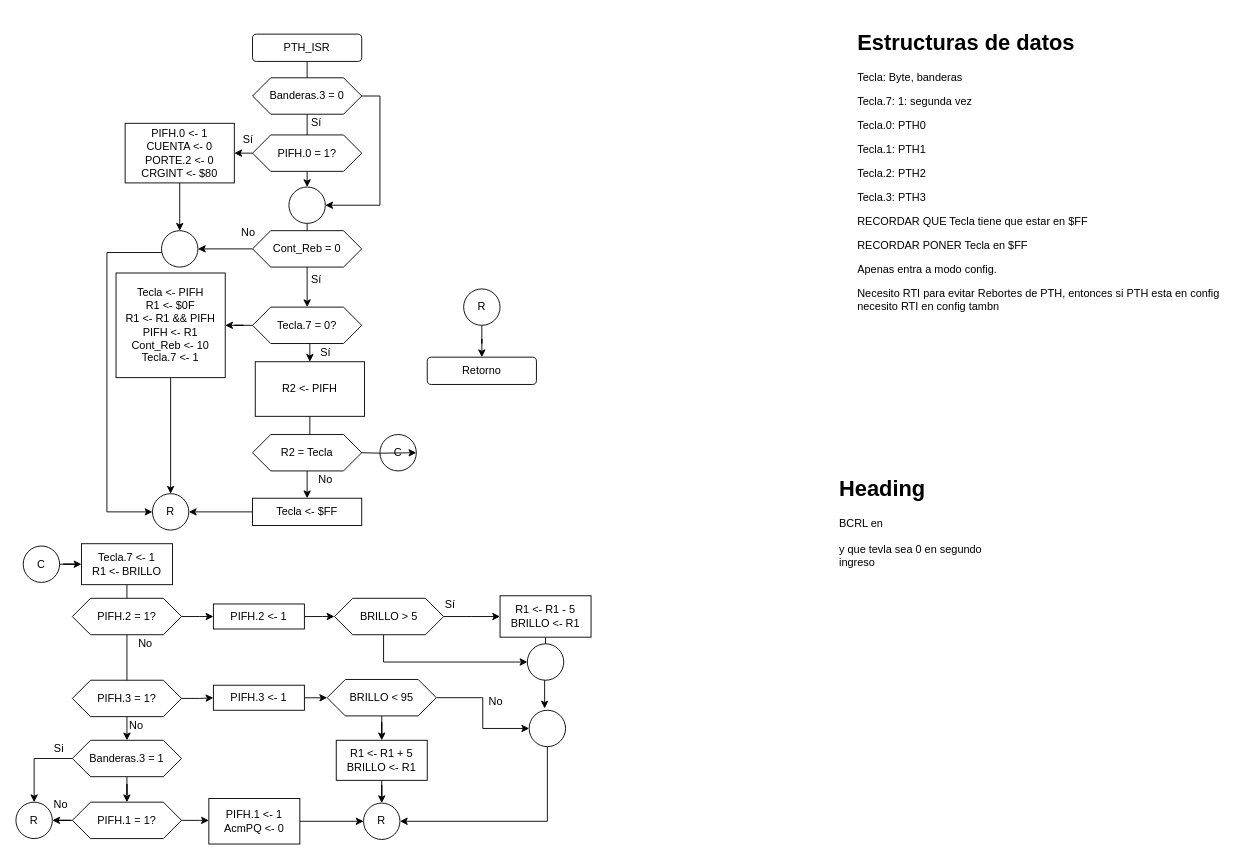
The draw.io diagram Tarea 5/PTH_ISR.drawio in robz25/Microprocesadores, before the edit. Source tidied: cells renumbered, new cells numbered last; positions are measured from the earlier drawing's top-left corner, leaving out a move shared by most shapes. Both pictures are drawn from the tidied source at 91%, with x=0, y=0 at pixel (15, 25).
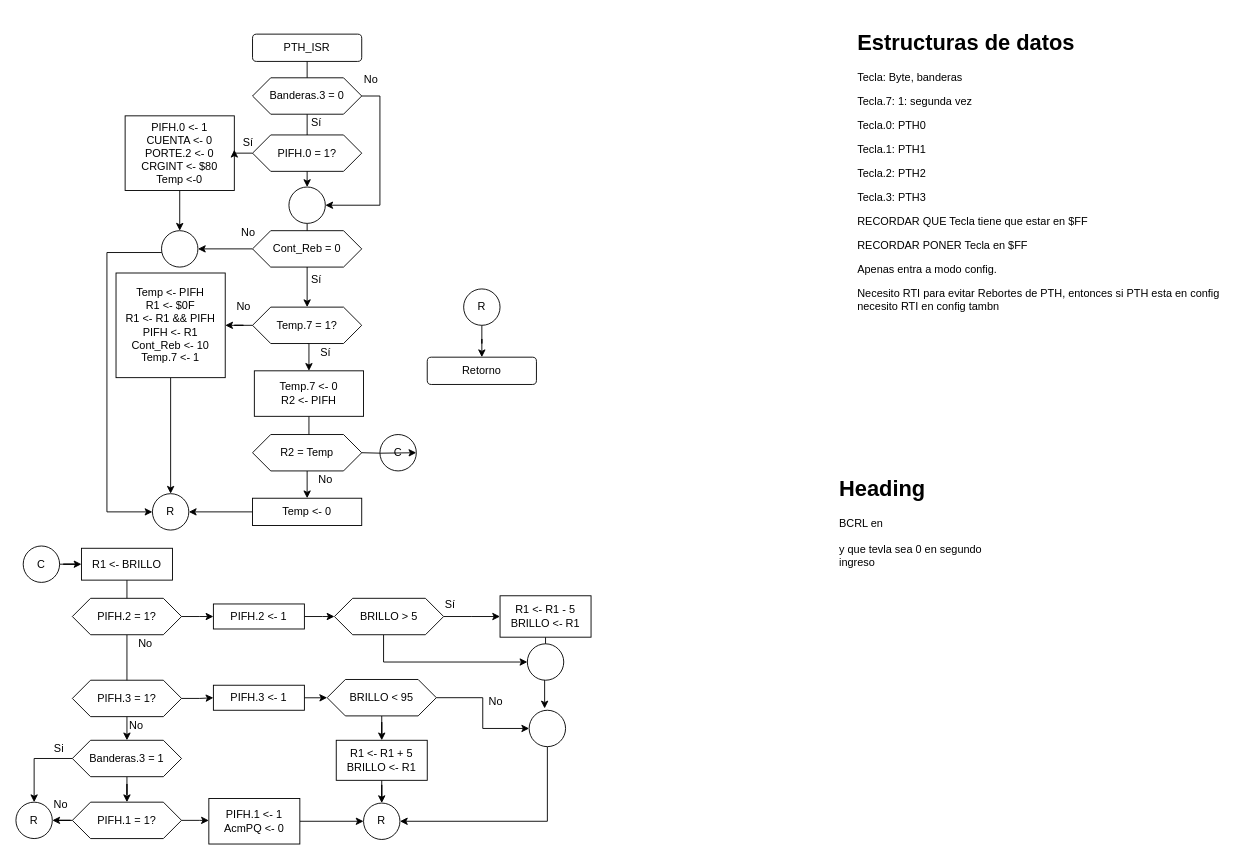
Above is the later version.

Unchanged cells that the change refers to:
```xml
<mxCell id="67" value="PIFH.0 = 1?" style="shape=hexagon;perimeter=hexagonPerimeter2;whiteSpace=wrap;html=1;fixedSize=1;" parent="1" vertex="1">
  <mxGeometry x="260" y="120.8" width="120" height="40" as="geometry" />
</mxCell>
```

Change to the diagram source:
```diff
@@
-    <mxCell id="18" value="Tecla.7 = 0?" style="shape=hexagon;perimeter=hexagonPerimeter2;whiteSpace=wrap;html=1;fixedSize=1;" parent="1" vertex="1">
+    <mxCell id="18" value="Temp.7 = 1?" style="shape=hexagon;perimeter=hexagonPerimeter2;whiteSpace=wrap;html=1;fixedSize=1;" parent="1" vertex="1">
       <mxGeometry x="260" y="310" width="120" height="40" as="geometry" />
     </mxCell>
@@
-    <mxCell id="21" value="&lt;div&gt;Tecla &amp;lt;- PIFH&lt;/div&gt;&lt;div&gt;R1 &amp;lt;- $0F&lt;/div&gt;&lt;div&gt;R1 &amp;lt;- R1 &amp;amp;&amp;amp; PIFH&lt;/div&gt;&lt;div&gt;PIFH &amp;lt;- R1&lt;br&gt;&lt;/div&gt;&lt;div&gt;Cont_Reb &amp;lt;- 10&lt;/div&gt;&lt;div&gt;Tecla.7 &amp;lt;- 1&lt;br&gt;&lt;/div&gt;" style="rounded=0;whiteSpace=wrap;html=1;" parent="1" vertex="1">
+    <mxCell id="21" value="&lt;div&gt;Temp &amp;lt;- PIFH&lt;/div&gt;&lt;div&gt;R1 &amp;lt;- $0F&lt;/div&gt;&lt;div&gt;R1 &amp;lt;- R1 &amp;amp;&amp;amp; PIFH&lt;/div&gt;&lt;div&gt;PIFH &amp;lt;- R1&lt;br&gt;&lt;/div&gt;&lt;div&gt;Cont_Reb &amp;lt;- 10&lt;/div&gt;&lt;div&gt;Temp.7 &amp;lt;- 1&lt;br&gt;&lt;/div&gt;" style="rounded=0;whiteSpace=wrap;html=1;" parent="1" vertex="1">
       <mxGeometry x="110" y="272.5" width="120" height="115" as="geometry" />
     </mxCell>
@@
-    <mxCell id="25" value="&lt;div&gt;R2 &amp;lt;- PIFH&lt;br&gt;&lt;/div&gt;" style="rounded=0;whiteSpace=wrap;html=1;" parent="1" vertex="1">
-      <mxGeometry x="263" y="370" width="120" height="60" as="geometry" />
+    <mxCell id="25" value="&lt;div&gt;Temp.7 &amp;lt;- 0&lt;br&gt;&lt;/div&gt;&lt;div&gt;R2 &amp;lt;- PIFH&lt;br&gt;&lt;/div&gt;" style="rounded=0;whiteSpace=wrap;html=1;" parent="1" vertex="1">
+      <mxGeometry x="262" y="380" width="120" height="50" as="geometry" />
     </mxCell>
@@
-    <mxCell id="27" value="R2 = Tecla" style="shape=hexagon;perimeter=hexagonPerimeter2;whiteSpace=wrap;html=1;fixedSize=1;" parent="1" vertex="1">
+    <mxCell id="27" value="R2 = Temp" style="shape=hexagon;perimeter=hexagonPerimeter2;whiteSpace=wrap;html=1;fixedSize=1;" parent="1" vertex="1">
       <mxGeometry x="260" y="450" width="120" height="40" as="geometry" />
     </mxCell>
@@
-    <mxCell id="29" value="&lt;div&gt;Tecla &amp;lt;- $FF&lt;/div&gt;" style="rounded=0;whiteSpace=wrap;html=1;" parent="1" vertex="1">
+    <mxCell id="29" value="&lt;div&gt;Temp &amp;lt;- 0&lt;/div&gt;" style="rounded=0;whiteSpace=wrap;html=1;" parent="1" vertex="1">
       <mxGeometry x="260" y="520" width="120" height="30" as="geometry" />
     </mxCell>
@@
-    <mxCell id="57" style="edgeStyle=orthogonalEdgeStyle;rounded=0;jettySize=auto;html=1;" parent="1" edge="1" source="67" target="59">
-      <mxGeometry relative="1" as="geometry" />
-    </mxCell>
@@
-    <mxCell id="59" value="&lt;div&gt;PIFH.0 &amp;lt;- 1&lt;/div&gt;&lt;div&gt;CUENTA &amp;lt;- 0&lt;/div&gt;&lt;div&gt;PORTE.2 &amp;lt;- 0&lt;br&gt;&lt;/div&gt;&lt;div&gt;CRGINT &amp;lt;- $80&lt;br&gt;&lt;/div&gt;" style="rounded=0;whiteSpace=wrap;html=1;" parent="1" vertex="1">
-      <mxGeometry x="120" y="108" width="120" height="65.5" as="geometry" />
+    <mxCell id="59" value="&lt;div&gt;PIFH.0 &amp;lt;- 1&lt;/div&gt;&lt;div&gt;CUENTA &amp;lt;- 0&lt;/div&gt;&lt;div&gt;PORTE.2 &amp;lt;- 0&lt;br&gt;&lt;/div&gt;&lt;div&gt;CRGINT &amp;lt;- $80&lt;/div&gt;&lt;div&gt;Temp &amp;lt;-0&lt;br&gt;&lt;/div&gt;" style="rounded=0;whiteSpace=wrap;html=1;" parent="1" vertex="1">
+      <mxGeometry x="120" y="99.8" width="120" height="82" as="geometry" />
     </mxCell>
     <mxCell id="60" value="&lt;div&gt;Sí&lt;/div&gt;&lt;div&gt;&lt;br&gt;&lt;/div&gt;" style="text;html=1;align=center;verticalAlign=middle;" parent="1" vertex="1">
-      <mxGeometry x="240" y="118" width="30" height="30" as="geometry" />
+      <mxGeometry x="240" y="120.8" width="30" height="30" as="geometry" />
     </mxCell>
@@
+    <mxCell id="57" style="edgeStyle=orthogonalEdgeStyle;rounded=0;jettySize=auto;html=1;entryX=1;entryY=0.455;entryDx=0;entryDy=0;entryPerimeter=0;" parent="1" edge="1" source="67" target="59">
+      <mxGeometry relative="1" as="geometry" />
+    </mxCell>
@@
-    <mxCell id="80" value="&lt;div&gt;Tecla.7 &amp;lt;- 1&lt;/div&gt;&lt;div&gt;R1 &amp;lt;- BRILLO&lt;/div&gt;" style="rounded=0;whiteSpace=wrap;html=1;gradientColor=#ffffff;" parent="1" vertex="1">
-      <mxGeometry x="72" y="570" width="100" height="45" as="geometry" />
+    <mxCell id="80" value="&lt;div&gt;R1 &amp;lt;- BRILLO&lt;/div&gt;" style="rounded=0;whiteSpace=wrap;html=1;gradientColor=#ffffff;" parent="1" vertex="1">
+      <mxGeometry x="72" y="575" width="100" height="35" as="geometry" />
     </mxCell>
@@
+    <mxCell id="83" value="No" style="text;html=1;align=center;verticalAlign=middle;" parent="1" vertex="1">
+      <mxGeometry x="375" y="50" width="30" height="20" as="geometry" />
+    </mxCell>
+    <mxCell id="84" value="No" style="text;html=1;align=center;verticalAlign=middle;" parent="1" vertex="1">
+      <mxGeometry x="235" y="300" width="30" height="20" as="geometry" />
+    </mxCell>
```
